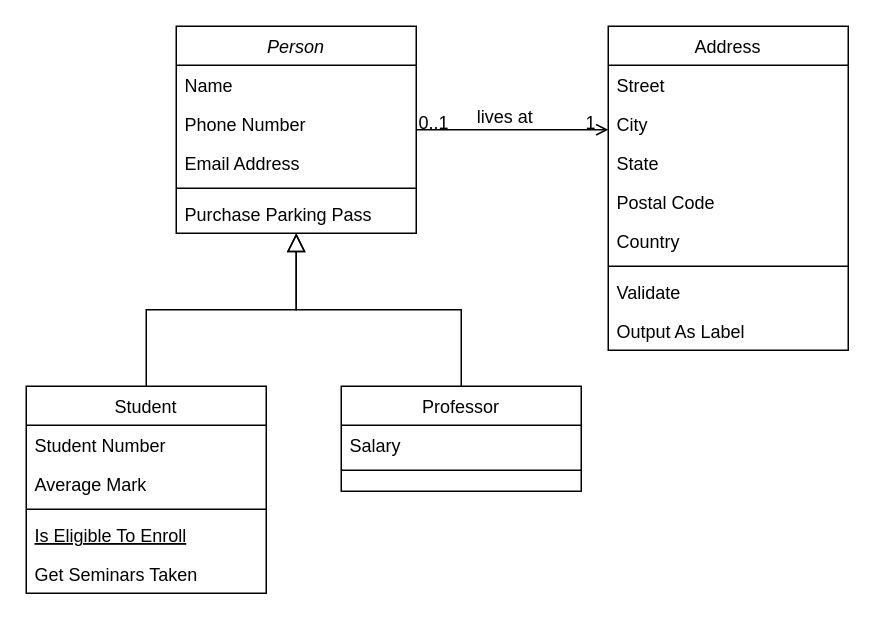
This is 名称未設定ファイル.drawio from kaomatsu8888/PHP_web_training, a draw.io file, before an edit. Source tidied: cells renumbered, new cells numbered last; positions are measured from the earlier drawing's top-left corner, leaving out a move shared by most shapes. Both pictures are drawn from the tidied source at 150%, with x=0, y=0 at pixel (26, 26).
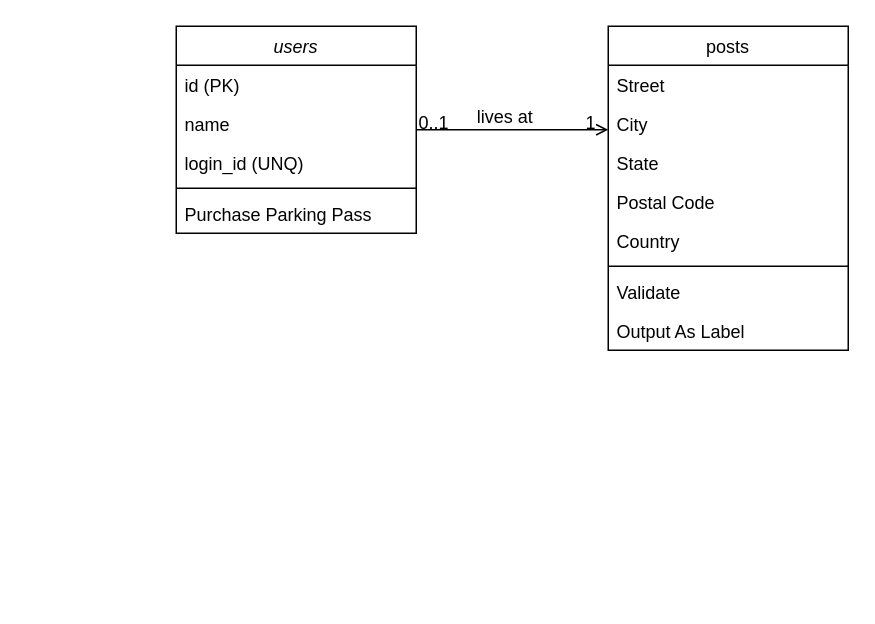
The same page after the edit.

Commit message:
名称未設定ファイル.drawio を更新します

Change to the diagram source:
```diff
@@
-    <mxCell id="2" value="Person" style="swimlane;fontStyle=2;align=center;verticalAlign=top;horizontal=1;startSize=26;rounded=0;shadow=0;strokeWidth=1;" parent="1" vertex="1">
+    <mxCell id="2" value="users" style="swimlane;fontStyle=2;align=center;verticalAlign=top;horizontal=1;startSize=26;rounded=0;shadow=0;strokeWidth=1;" parent="1" vertex="1">
       <mxGeometry x="100" width="160" height="138" as="geometry" />
     </mxCell>
-    <mxCell id="3" value="Name" style="text;align=left;verticalAlign=top;spacingLeft=4;spacingRight=4;overflow=hidden;" parent="2" vertex="1">
+    <mxCell id="3" value="id (PK)" style="text;align=left;verticalAlign=top;spacingLeft=4;spacingRight=4;overflow=hidden;" parent="2" vertex="1">
       <mxGeometry y="26" width="160" height="26" as="geometry" />
     </mxCell>
-    <mxCell id="4" value="Phone Number" style="text;align=left;verticalAlign=top;spacingLeft=4;spacingRight=4;overflow=hidden;rounded=0;shadow=0;html=0;" parent="2" vertex="1">
+    <mxCell id="4" value="name&#10;" style="text;align=left;verticalAlign=top;spacingLeft=4;spacingRight=4;overflow=hidden;rounded=0;shadow=0;html=0;" parent="2" vertex="1">
       <mxGeometry y="52" width="160" height="26" as="geometry" />
     </mxCell>
-    <mxCell id="5" value="Email Address" style="text;align=left;verticalAlign=top;spacingLeft=4;spacingRight=4;overflow=hidden;rounded=0;shadow=0;html=0;" parent="2" vertex="1">
+    <mxCell id="5" value="login_id (UNQ)" style="text;align=left;verticalAlign=top;spacingLeft=4;spacingRight=4;overflow=hidden;rounded=0;shadow=0;html=0;" parent="2" vertex="1">
       <mxGeometry y="78" width="160" height="26" as="geometry" />
     </mxCell>
@@
-    <mxCell id="8" value="Student" style="swimlane;fontStyle=0;align=center;verticalAlign=top;horizontal=1;startSize=26;rounded=0;shadow=0;strokeWidth=1;" parent="1" vertex="1">
-      <mxGeometry y="240" width="160" height="138" as="geometry" />
-    </mxCell>
-    <mxCell id="9" value="Student Number" style="text;align=left;verticalAlign=top;spacingLeft=4;spacingRight=4;overflow=hidden;" parent="8" vertex="1">
-      <mxGeometry y="26" width="160" height="26" as="geometry" />
-    </mxCell>
-    <mxCell id="10" value="Average Mark" style="text;align=left;verticalAlign=top;spacingLeft=4;spacingRight=4;overflow=hidden;rounded=0;shadow=0;html=0;" parent="8" vertex="1">
-      <mxGeometry y="52" width="160" height="26" as="geometry" />
-    </mxCell>
-    <mxCell id="11" style="line;html=1;strokeWidth=1;align=left;verticalAlign=middle;spacingTop=-1;spacingLeft=3;spacingRight=3;labelPosition=right;" parent="8" vertex="1">
-      <mxGeometry y="78" width="160" height="8" as="geometry" />
-    </mxCell>
-    <mxCell id="12" value="Is Eligible To Enroll" style="text;align=left;verticalAlign=top;spacingLeft=4;spacingRight=4;overflow=hidden;fontStyle=4;" parent="8" vertex="1">
-      <mxGeometry y="86" width="160" height="26" as="geometry" />
-    </mxCell>
-    <mxCell id="13" value="Get Seminars Taken" style="text;align=left;verticalAlign=top;spacingLeft=4;spacingRight=4;overflow=hidden;" parent="8" vertex="1">
-      <mxGeometry y="112" width="160" height="26" as="geometry" />
-    </mxCell>
-    <mxCell id="14" style="endArrow=block;endSize=10;endFill=0;shadow=0;strokeWidth=1;rounded=0;curved=0;edgeStyle=elbowEdgeStyle;elbow=vertical;" parent="1" edge="1" source="8" target="2">
-      <mxGeometry relative="1" as="geometry" />
-    </mxCell>
-    <mxCell id="15" value="Professor" style="swimlane;fontStyle=0;align=center;verticalAlign=top;horizontal=1;startSize=26;rounded=0;shadow=0;strokeWidth=1;" parent="1" vertex="1">
-      <mxGeometry x="210" y="240" width="160" height="70" as="geometry" />
-    </mxCell>
-    <mxCell id="16" value="Salary" style="text;align=left;verticalAlign=top;spacingLeft=4;spacingRight=4;overflow=hidden;" parent="15" vertex="1">
-      <mxGeometry y="26" width="160" height="26" as="geometry" />
-    </mxCell>
-    <mxCell id="17" style="line;html=1;strokeWidth=1;align=left;verticalAlign=middle;spacingTop=-1;spacingLeft=3;spacingRight=3;labelPosition=right;" parent="15" vertex="1">
-      <mxGeometry y="52" width="160" height="8" as="geometry" />
-    </mxCell>
-    <mxCell id="18" style="endArrow=block;endSize=10;endFill=0;shadow=0;strokeWidth=1;rounded=0;curved=0;edgeStyle=elbowEdgeStyle;elbow=vertical;" parent="1" edge="1" source="15" target="2">
-      <mxGeometry relative="1" as="geometry" />
-    </mxCell>
-    <mxCell id="19" value="Address" style="swimlane;fontStyle=0;align=center;verticalAlign=top;horizontal=1;startSize=26;rounded=0;shadow=0;strokeWidth=1;" parent="1" vertex="1">
+    <mxCell id="19" value="posts" style="swimlane;fontStyle=0;align=center;verticalAlign=top;horizontal=1;startSize=26;rounded=0;shadow=0;strokeWidth=1;" parent="1" vertex="1">
       <mxGeometry x="388" width="160" height="216" as="geometry" />
     </mxCell>
```
